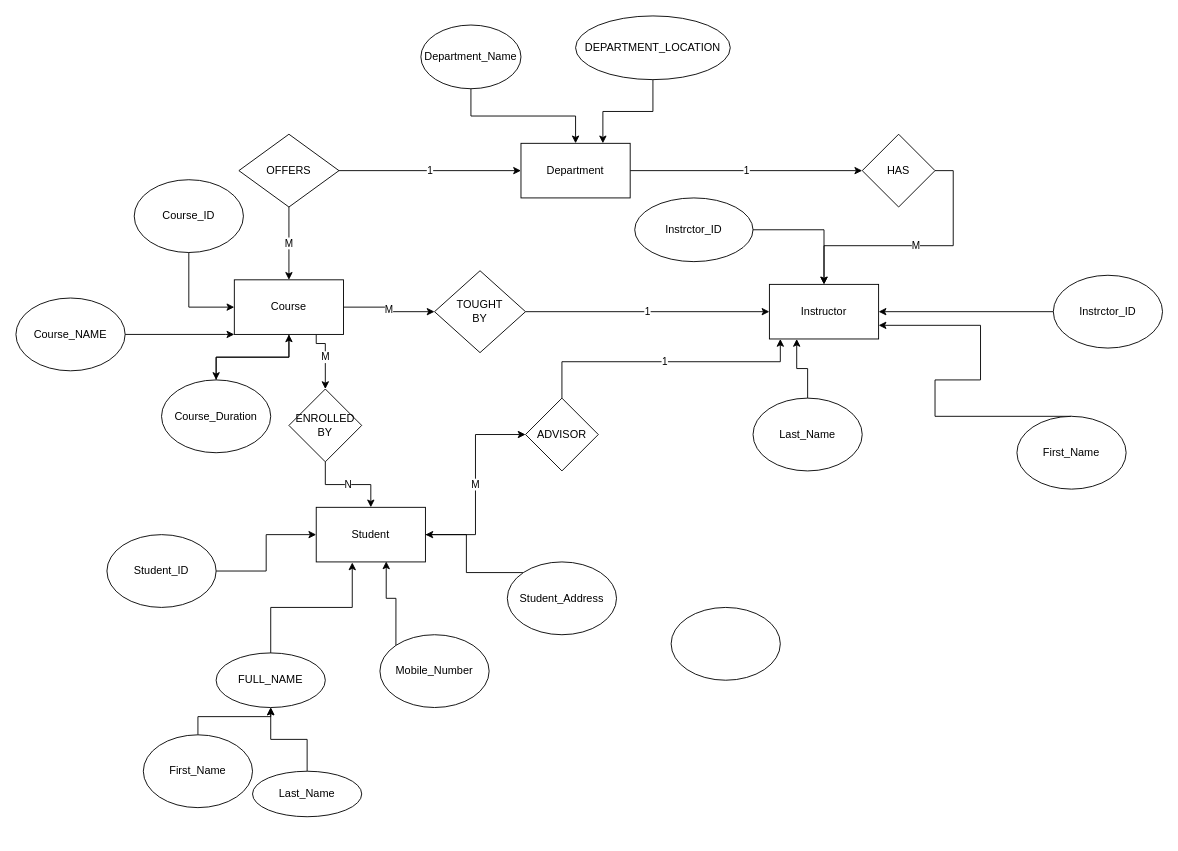
Earlier version of the draw.io diagram Untitled Diagram.drawio (vaibhav31s/lecture0). Source tidied: cells renumbered, new cells numbered last; positions are measured from the earlier drawing's top-left corner, leaving out a move shared by most shapes. Both pictures are drawn from the tidied source at 91%, with x=0, y=0 at pixel (15, 15).
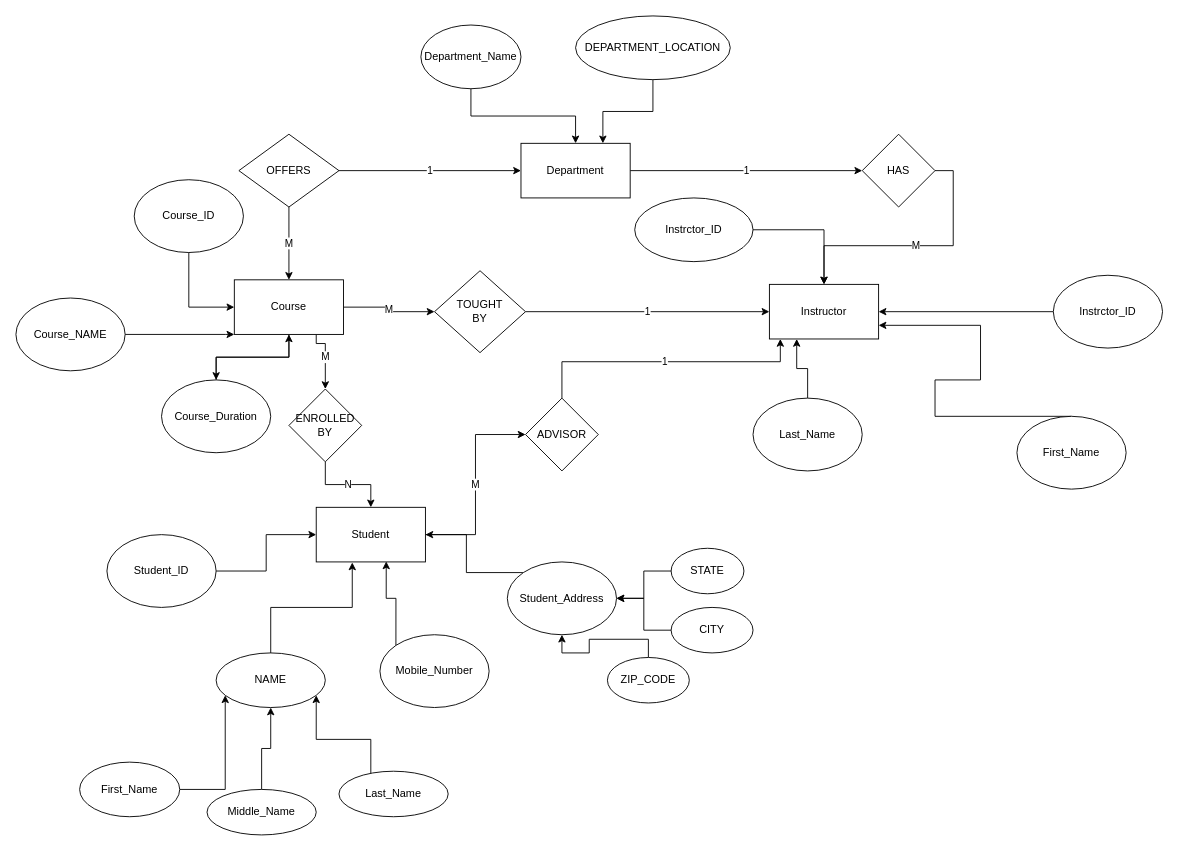
The same page after the edit.

Commit message:
College Management System

The change refers to these unchanged cells:
```xml
<mxCell id="30" value="Student_Address" style="ellipse;whiteSpace=wrap;html=1;" parent="1" vertex="1">
  <mxGeometry x="540" y="600" width="120" height="80" as="geometry" />
</mxCell>
```

The edit, as a diff of the source:
```diff
@@
     <mxCell id="35" style="edgeStyle=orthogonalEdgeStyle;rounded=0;jettySize=auto;html=1;" parent="1" edge="1" source="36" target="52">
-      <mxGeometry relative="1" as="geometry" />
+      <mxGeometry relative="1" as="geometry">
+        <Array as="points">
+          <mxPoint x="230" y="850" />
+        </Array>
+      </mxGeometry>
     </mxCell>
     <mxCell id="36" value="First_Name" style="ellipse;whiteSpace=wrap;html=1;" parent="1" vertex="1">
-      <mxGeometry x="140" y="790" width="120" height="80" as="geometry" />
+      <mxGeometry x="70" y="820" width="110" height="60" as="geometry" />
     </mxCell>
     <mxCell id="37" style="edgeStyle=orthogonalEdgeStyle;rounded=0;jettySize=auto;html=1;" parent="1" edge="1" source="38" target="52">
-      <mxGeometry relative="1" as="geometry" />
+      <mxGeometry relative="1" as="geometry">
+        <Array as="points">
+          <mxPoint x="390" y="795" />
+          <mxPoint x="330" y="795" />
+        </Array>
+      </mxGeometry>
     </mxCell>
     <mxCell id="38" value="Last_Name" style="ellipse;whiteSpace=wrap;html=1;" parent="1" vertex="1">
-      <mxGeometry x="260" y="830" width="120" height="50" as="geometry" />
+      <mxGeometry x="355" y="830" width="120" height="50" as="geometry" />
     </mxCell>
@@
+    <mxCell id="53" style="edgeStyle=orthogonalEdgeStyle;rounded=0;jettySize=auto;html=1;" parent="1" edge="1" source="50" target="30">
+      <mxGeometry relative="1" as="geometry" />
+    </mxCell>
-    <mxCell id="50" style="ellipse;whiteSpace=wrap;html=1;" parent="1" vertex="1">
-      <mxGeometry x="720" y="650" width="120" height="80" as="geometry" />
+    <mxCell id="50" value="CITY" style="ellipse;whiteSpace=wrap;html=1;" parent="1" vertex="1">
+      <mxGeometry x="720" y="650" width="90" height="50" as="geometry" />
     </mxCell>
@@
-    <mxCell id="52" value="FULL_NAME" style="ellipse;whiteSpace=wrap;html=1;" parent="1" vertex="1">
+    <mxCell id="52" value="NAME" style="ellipse;whiteSpace=wrap;html=1;" parent="1" vertex="1">
       <mxGeometry x="220" y="700" width="120" height="60" as="geometry" />
     </mxCell>
+    <mxCell id="54" style="edgeStyle=orthogonalEdgeStyle;rounded=0;jettySize=auto;html=1;entryX=0.5;entryY=1;entryDx=0;entryDy=0;" parent="1" edge="1" source="55" target="52">
+      <mxGeometry relative="1" as="geometry" />
+    </mxCell>
+    <mxCell id="55" value="Middle_Name" style="ellipse;whiteSpace=wrap;html=1;" parent="1" vertex="1">
+      <mxGeometry x="210" y="850" width="120" height="50" as="geometry" />
+    </mxCell>
+    <mxCell id="56" style="edgeStyle=orthogonalEdgeStyle;rounded=0;jettySize=auto;html=1;" parent="1" edge="1" source="57" target="30">
+      <mxGeometry relative="1" as="geometry" />
+    </mxCell>
+    <mxCell id="57" value="ZIP_CODE" style="ellipse;whiteSpace=wrap;html=1;" parent="1" vertex="1">
+      <mxGeometry x="650" y="705" width="90" height="50" as="geometry" />
+    </mxCell>
+    <mxCell id="58" style="edgeStyle=orthogonalEdgeStyle;rounded=0;jettySize=auto;html=1;" parent="1" edge="1" source="59" target="30">
+      <mxGeometry relative="1" as="geometry" />
+    </mxCell>
+    <mxCell id="59" value="STATE" style="ellipse;whiteSpace=wrap;html=1;" parent="1" vertex="1">
+      <mxGeometry x="720" y="585" width="80" height="50" as="geometry" />
+    </mxCell>
```
